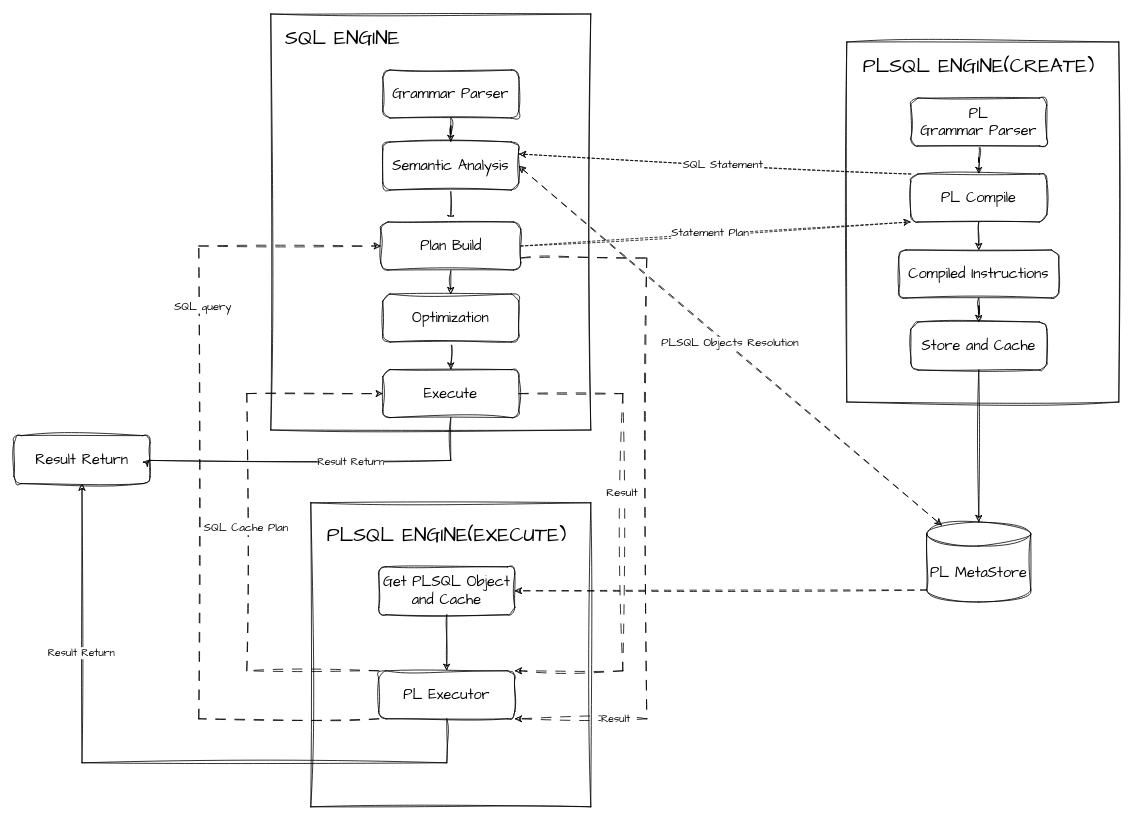
eeyyee/flowchart keeps this draw.io diagram as sql引擎与plsql引擎.drawio. Above is the earlier version. Source tidied: cells renumbered, new cells numbered last; positions are measured from the earlier drawing's top-left corner, leaving out a move shared by most shapes. Both pictures are drawn from the tidied source at 80%, with x=0, y=0 at pixel (14, 14).
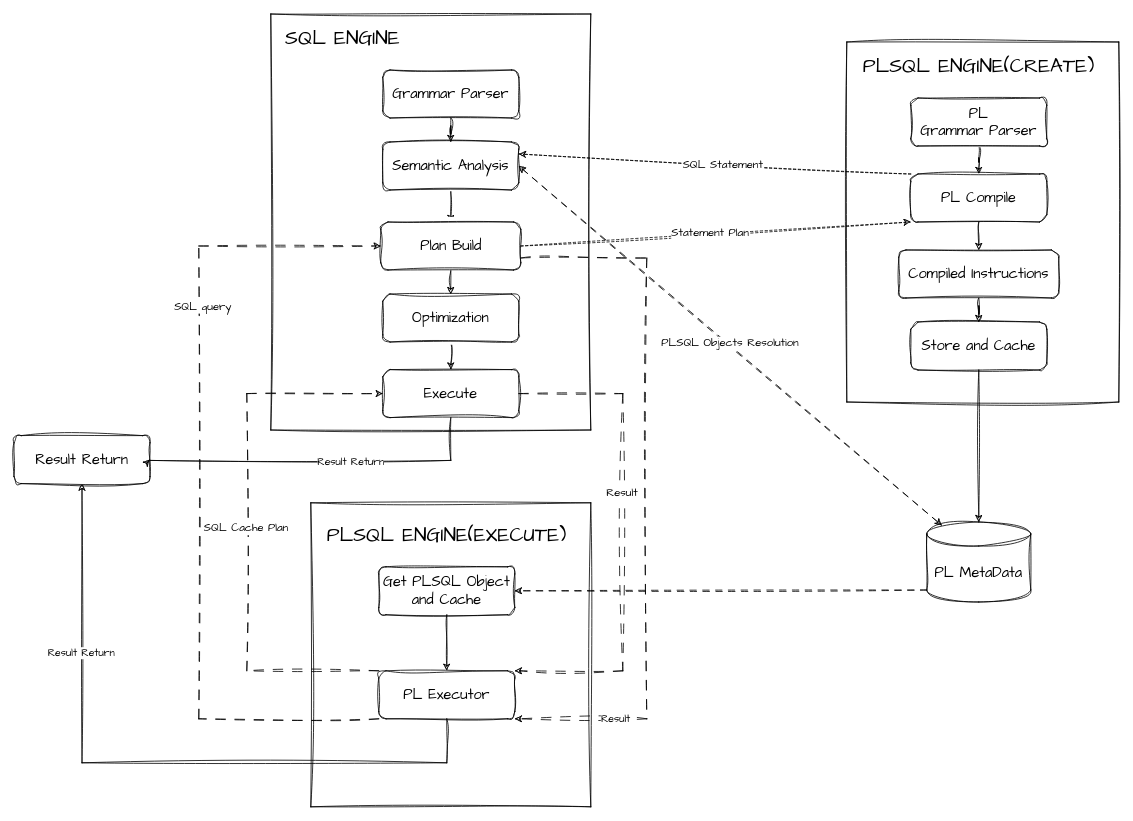
The same diagram, later.

Commit message (it also covers changes not shown here):
更新sql引擎与plsql引擎.drawio

The edit, as a diff of the source:
```diff
@@
-    <mxCell id="35" value="&lt;font face=&quot;Comic Sans MS&quot; style=&quot;font-size: 18px;&quot;&gt;PL&amp;nbsp;MetaStore&lt;/font&gt;" style="shape=cylinder3;whiteSpace=wrap;html=1;boundedLbl=1;backgroundOutline=1;size=15;sketch=1;hachureGap=4;jiggle=2;curveFitting=1;fontFamily=Architects Daughter;" parent="1" vertex="1">
+    <mxCell id="35" value="&lt;font face=&quot;Comic Sans MS&quot; style=&quot;font-size: 18px;&quot;&gt;PL&amp;nbsp;MetaData&lt;/font&gt;" style="shape=cylinder3;whiteSpace=wrap;html=1;boundedLbl=1;backgroundOutline=1;size=15;sketch=1;hachureGap=4;jiggle=2;curveFitting=1;fontFamily=Architects Daughter;" parent="1" vertex="1">
       <mxGeometry x="1141" y="635" width="130" height="100" as="geometry" />
     </mxCell>
```
